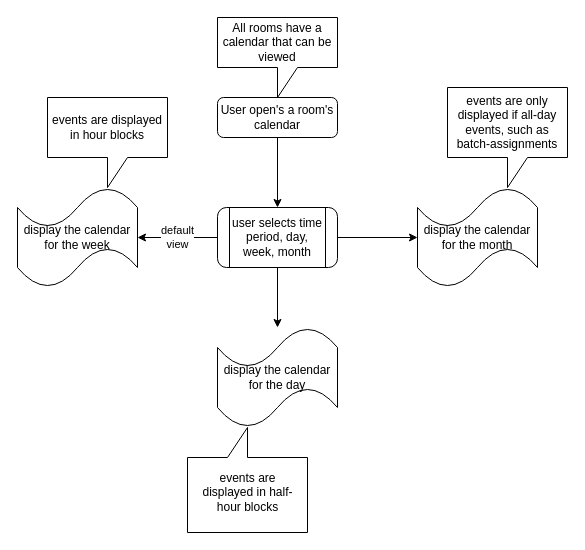
Earlier version of the draw.io diagram Diagrams-Raw/VeiwRoomReservations.drawio (revaturelabs/af-reservation-service). Source tidied: cells renumbered, new cells numbered last; positions are measured from the earlier drawing's top-left corner, leaving out a move shared by most shapes. Both pictures are drawn from the tidied source at 100%, with x=0, y=0 at pixel (17, 17).
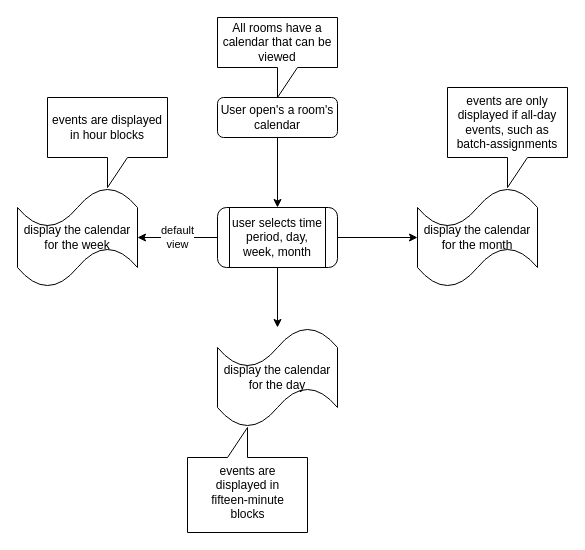
The same page after the edit.

Diff of the diagram source:
```diff
@@
 <mxGraphModel>
   <root>
     <mxCell id="0" />
     <mxCell id="1" parent="0" />
     <mxCell id="2" style="edgeStyle=orthogonalEdgeStyle;rounded=0;jettySize=auto;html=1;" parent="1" edge="1" source="3" target="7">
       <mxGeometry relative="1" as="geometry" />
     </mxCell>
     <mxCell id="3" value="User open's a room's calendar" style="rounded=1;whiteSpace=wrap;html=1;fontSize=12;glass=0;strokeWidth=1;shadow=0;" parent="1" vertex="1">
       <mxGeometry x="200" y="80" width="120" height="40" as="geometry" />
     </mxCell>
     <mxCell id="4" value="default&lt;br&gt;view" style="edgeStyle=orthogonalEdgeStyle;rounded=0;jettySize=auto;html=1;" parent="1" edge="1" source="7" target="8">
       <mxGeometry relative="1" as="geometry" />
     </mxCell>
     <mxCell id="5" style="edgeStyle=orthogonalEdgeStyle;rounded=0;jettySize=auto;html=1;" parent="1" edge="1" source="7" target="9">
       <mxGeometry relative="1" as="geometry" />
     </mxCell>
     <mxCell id="6" style="edgeStyle=orthogonalEdgeStyle;rounded=0;jettySize=auto;html=1;" parent="1" edge="1" source="7" target="10">
       <mxGeometry relative="1" as="geometry" />
     </mxCell>
     <mxCell id="7" value="user selects time period, day, week, month" style="shape=process;whiteSpace=wrap;html=1;backgroundOutline=1;rounded=1;shadow=0;strokeWidth=1;glass=0;" parent="1" vertex="1">
       <mxGeometry x="200" y="190" width="120" height="60" as="geometry" />
     </mxCell>
     <mxCell id="8" value="display the calendar for the week" style="shape=tape;whiteSpace=wrap;html=1;rounded=1;shadow=0;strokeWidth=1;glass=0;" parent="1" vertex="1">
       <mxGeometry y="170" width="120" height="100" as="geometry" />
     </mxCell>
     <mxCell id="9" value="display the calendar for the day" style="shape=tape;whiteSpace=wrap;html=1;rounded=1;shadow=0;strokeWidth=1;glass=0;" parent="1" vertex="1">
       <mxGeometry x="200" y="310" width="120" height="100" as="geometry" />
     </mxCell>
     <mxCell id="10" value="display the calendar for the month" style="shape=tape;whiteSpace=wrap;html=1;rounded=1;shadow=0;strokeWidth=1;glass=0;" parent="1" vertex="1">
       <mxGeometry x="400" y="170" width="120" height="100" as="geometry" />
     </mxCell>
     <mxCell id="11" value="All rooms have a calendar that can be viewed" style="shape=callout;whiteSpace=wrap;html=1;perimeter=calloutPerimeter;" parent="1" vertex="1">
       <mxGeometry x="200" width="120" height="80" as="geometry" />
     </mxCell>
     <mxCell id="12" value="events are displayed in hour blocks" style="shape=callout;whiteSpace=wrap;html=1;perimeter=calloutPerimeter;" parent="1" vertex="1">
       <mxGeometry x="30" y="80" width="120" height="90" as="geometry" />
     </mxCell>
     <mxCell id="13" value="events are only displayed if all-day events, such as batch-assignments" style="shape=callout;whiteSpace=wrap;html=1;perimeter=calloutPerimeter;" parent="1" vertex="1">
       <mxGeometry x="430" y="70" width="120" height="100" as="geometry" />
     </mxCell>
     <mxCell id="14" style="group;" parent="1" vertex="1">
       <mxGeometry x="170" y="410" width="120" height="105" as="geometry" />
     </mxCell>
     <mxCell id="15" style="shape=callout;whiteSpace=wrap;html=1;perimeter=calloutPerimeter;rotation=-180;" parent="14" vertex="1">
       <mxGeometry width="120" height="105" as="geometry" />
     </mxCell>
-    <mxCell id="16" value="events are displayed in half-hour blocks" style="text;html=1;strokeColor=none;fillColor=none;align=center;verticalAlign=middle;whiteSpace=wrap;rounded=0;" parent="14" vertex="1">
+    <mxCell id="16" value="events are displayed in fifteen-minute blocks" style="text;html=1;strokeColor=none;fillColor=none;align=center;verticalAlign=middle;whiteSpace=wrap;rounded=0;" parent="14" vertex="1">
       <mxGeometry x="7.5" y="40" width="105" height="50" as="geometry" />
     </mxCell>
   </root>
 </mxGraphModel>
```
